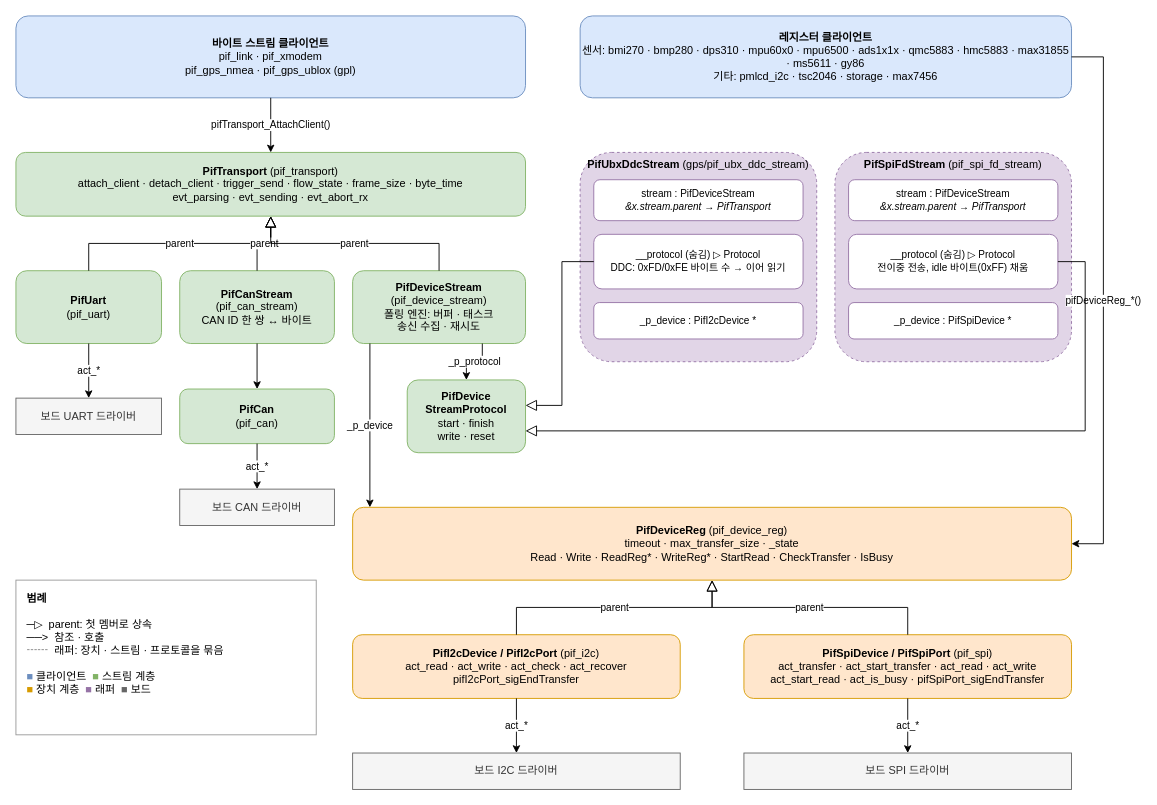
Earlier version of the draw.io diagram docs/communication_structure.drawio (SlowlyBarefoot/pif). Source tidied: cells renumbered, new cells numbered last; positions are measured from the earlier drawing's top-left corner, leaving out a move shared by most shapes. Both pictures are drawn from the tidied source at 91%, with x=0, y=0 at pixel (15, 15).
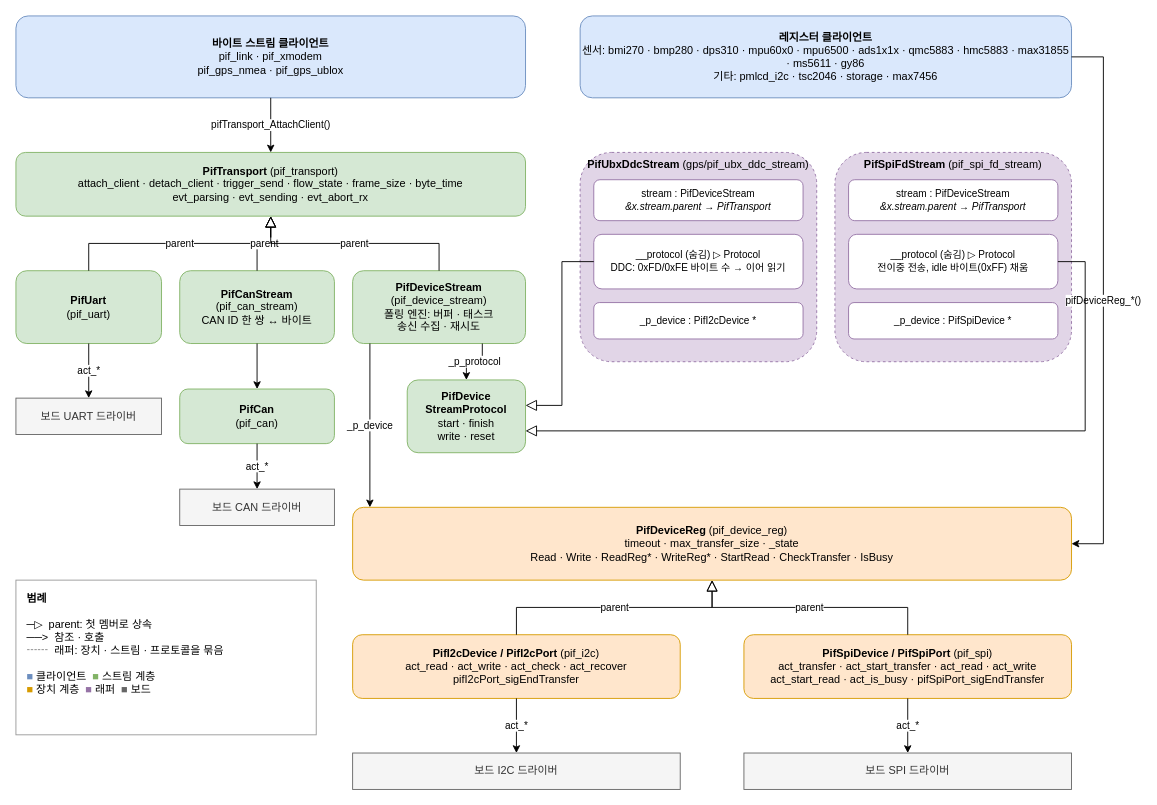
The same page after the edit.

Change to the diagram source:
```diff
@@
-    <mxCell id="2" value="&lt;b&gt;바이트 스트림 클라이언트&lt;/b&gt;&lt;br&gt;pif_link · pif_xmodem&lt;br&gt;pif_gps_nmea · pif_gps_ublox (gpl)" style="rounded=1;whiteSpace=wrap;html=1;fillColor=#dae8fc;strokeColor=#6c8ebf;fontSize=12;" parent="1" vertex="1">
+    <mxCell id="2" value="&lt;b&gt;바이트 스트림 클라이언트&lt;/b&gt;&lt;br&gt;pif_link · pif_xmodem&lt;br&gt;pif_gps_nmea · pif_gps_ublox" style="rounded=1;whiteSpace=wrap;html=1;fillColor=#dae8fc;strokeColor=#6c8ebf;fontSize=12;" parent="1" vertex="1">
       <mxGeometry width="560" height="90" as="geometry" />
     </mxCell>
```
